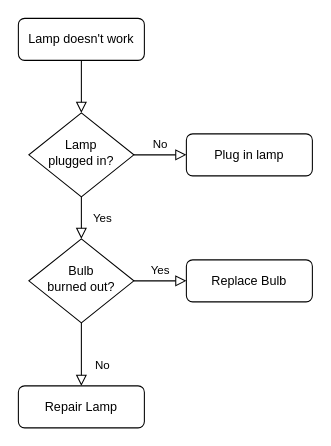
Earlier version of the draw.io diagram Untitled Diagram.drawio (StoneyZou/Note). Source tidied: cells renumbered, new cells numbered last; positions are measured from the earlier drawing's top-left corner, leaving out a move shared by most shapes. Both pictures are drawn from the tidied source at 105%, with x=0, y=0 at pixel (18, 18).
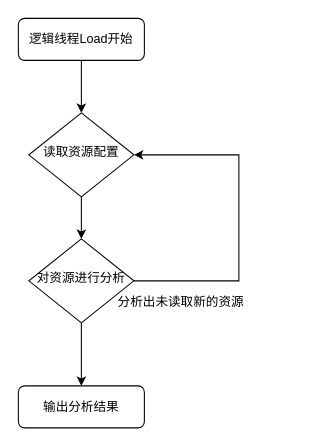
After the change.

The edit, as a diff of the source:
```diff
@@
 <mxGraphModel>
   <root>
     <mxCell id="0" />
     <mxCell id="1" parent="0" />
-    <mxCell id="2" style="rounded=0;html=1;jettySize=auto;fontSize=11;endArrow=block;endFill=0;endSize=8;strokeWidth=1;shadow=0;labelBackgroundColor=none;edgeStyle=orthogonalEdgeStyle;" parent="1" edge="1" source="3" target="6">
+    <mxCell id="2" style="edgeStyle=orthogonalEdgeStyle;rounded=0;jettySize=auto;html=1;exitX=0.5;exitY=1;exitDx=0;exitDy=0;entryX=0.5;entryY=0;entryDx=0;entryDy=0;" parent="1" edge="1" source="3" target="6">
       <mxGeometry relative="1" as="geometry" />
     </mxCell>
-    <mxCell id="3" value="Lamp doesn't work" style="rounded=1;whiteSpace=wrap;html=1;fontSize=12;glass=0;strokeWidth=1;shadow=0;" parent="1" vertex="1">
+    <mxCell id="3" value="逻辑线程Load开始" style="rounded=1;whiteSpace=wrap;html=1;fontSize=12;glass=0;strokeWidth=1;shadow=0;" parent="1" vertex="1">
       <mxGeometry width="120" height="40" as="geometry" />
     </mxCell>
-    <mxCell id="4" value="Yes" style="rounded=0;html=1;jettySize=auto;fontSize=11;endArrow=block;endFill=0;endSize=8;strokeWidth=1;shadow=0;labelBackgroundColor=none;edgeStyle=orthogonalEdgeStyle;" parent="1" edge="1" source="6" target="10">
-      <mxGeometry y="20" relative="1" as="geometry" />
+    <mxCell id="4" style="edgeStyle=orthogonalEdgeStyle;rounded=0;jettySize=auto;html=1;exitX=0.5;exitY=1;exitDx=0;exitDy=0;entryX=0.5;entryY=0;entryDx=0;entryDy=0;" parent="1" edge="1" source="6" target="10">
+      <mxGeometry relative="1" as="geometry" />
     </mxCell>
-    <mxCell id="5" value="No" style="edgeStyle=orthogonalEdgeStyle;rounded=0;html=1;jettySize=auto;fontSize=11;endArrow=block;endFill=0;endSize=8;strokeWidth=1;shadow=0;labelBackgroundColor=none;" parent="1" edge="1" source="6" target="7">
-      <mxGeometry y="10" relative="1" as="geometry" />
-    </mxCell>
-    <mxCell id="6" value="Lamp&lt;br&gt;plugged in?" style="rhombus;whiteSpace=wrap;html=1;shadow=0;fontFamily=Helvetica;fontSize=12;align=center;strokeWidth=1;spacing=6;spacingTop=-4;" parent="1" vertex="1">
+    <mxCell id="6" value="读取资源配置" style="rhombus;whiteSpace=wrap;html=1;shadow=0;fontFamily=Helvetica;fontSize=12;align=center;strokeWidth=1;spacing=6;spacingTop=-4;" parent="1" vertex="1">
       <mxGeometry x="10" y="90" width="100" height="80" as="geometry" />
     </mxCell>
-    <mxCell id="7" value="Plug in lamp" style="rounded=1;whiteSpace=wrap;html=1;fontSize=12;glass=0;strokeWidth=1;shadow=0;" parent="1" vertex="1">
-      <mxGeometry x="160" y="110" width="120" height="40" as="geometry" />
-    </mxCell>
+    <mxCell id="13" style="edgeStyle=orthogonalEdgeStyle;rounded=0;jettySize=auto;html=1;exitX=1;exitY=0.5;exitDx=0;exitDy=0;entryX=1;entryY=0.5;entryDx=0;entryDy=0;" parent="1" edge="1" source="10" target="6">
+      <mxGeometry relative="1" as="geometry">
+        <Array as="points">
+          <mxPoint x="210" y="250" />
+          <mxPoint x="210" y="130" />
+        </Array>
+      </mxGeometry>
+    </mxCell>
-    <mxCell id="8" value="No" style="rounded=0;html=1;jettySize=auto;fontSize=11;endArrow=block;endFill=0;endSize=8;strokeWidth=1;shadow=0;labelBackgroundColor=none;edgeStyle=orthogonalEdgeStyle;" parent="1" edge="1" source="10" target="11">
-      <mxGeometry x="0.33" y="20" relative="1" as="geometry" />
+    <mxCell id="8" style="edgeStyle=orthogonalEdgeStyle;rounded=0;jettySize=auto;html=1;exitX=0.5;exitY=1;exitDx=0;exitDy=0;entryX=0.5;entryY=0;entryDx=0;entryDy=0;" parent="1" edge="1" source="10" target="11">
+      <mxGeometry relative="1" as="geometry" />
     </mxCell>
-    <mxCell id="9" value="Yes" style="edgeStyle=orthogonalEdgeStyle;rounded=0;html=1;jettySize=auto;fontSize=11;endArrow=block;endFill=0;endSize=8;strokeWidth=1;shadow=0;labelBackgroundColor=none;" parent="1" edge="1" source="10" target="12">
-      <mxGeometry y="10" relative="1" as="geometry" />
-    </mxCell>
-    <mxCell id="10" value="Bulb&lt;br&gt;burned out?" style="rhombus;whiteSpace=wrap;html=1;shadow=0;fontFamily=Helvetica;fontSize=12;align=center;strokeWidth=1;spacing=6;spacingTop=-4;" parent="1" vertex="1">
+    <mxCell id="10" value="对资源进行分析" style="rhombus;whiteSpace=wrap;html=1;shadow=0;fontFamily=Helvetica;fontSize=12;align=center;strokeWidth=1;spacing=6;spacingTop=-4;" parent="1" vertex="1">
       <mxGeometry x="10" y="210" width="100" height="80" as="geometry" />
     </mxCell>
-    <mxCell id="11" value="Repair Lamp" style="rounded=1;whiteSpace=wrap;html=1;fontSize=12;glass=0;strokeWidth=1;shadow=0;" parent="1" vertex="1">
+    <mxCell id="11" value="输出分析结果" style="rounded=1;whiteSpace=wrap;html=1;fontSize=12;glass=0;strokeWidth=1;shadow=0;" parent="1" vertex="1">
       <mxGeometry y="350" width="120" height="40" as="geometry" />
     </mxCell>
-    <mxCell id="12" value="Replace Bulb" style="rounded=1;whiteSpace=wrap;html=1;fontSize=12;glass=0;strokeWidth=1;shadow=0;" parent="1" vertex="1">
-      <mxGeometry x="160" y="230" width="120" height="40" as="geometry" />
-    </mxCell>
+    <mxCell id="14" value="分析出未读取新的资源" style="text;html=1;strokeColor=none;fillColor=none;align=center;verticalAlign=middle;whiteSpace=wrap;rounded=0;" parent="1" vertex="1">
+      <mxGeometry x="90" y="260" width="130" height="20" as="geometry" />
+    </mxCell>
   </root>
 </mxGraphModel>
```
